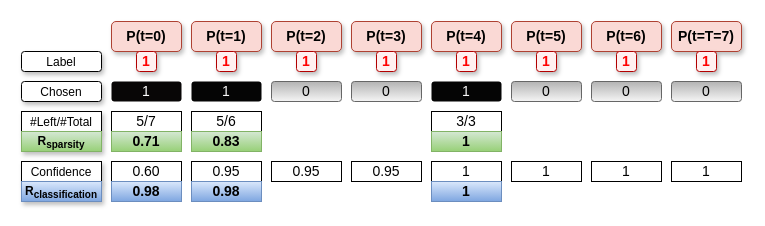
Earlier version of the draw.io diagram paper_rl/img/rewards_calc_example.drawio (binh04032003/adversarial-recurrent-ids). Source tidied: cells renumbered, new cells numbered last; positions are measured from the earlier drawing's top-left corner, leaving out a move shared by most shapes. Both pictures are drawn from the tidied source at 100%, with x=0, y=0 at pixel (21, 21).
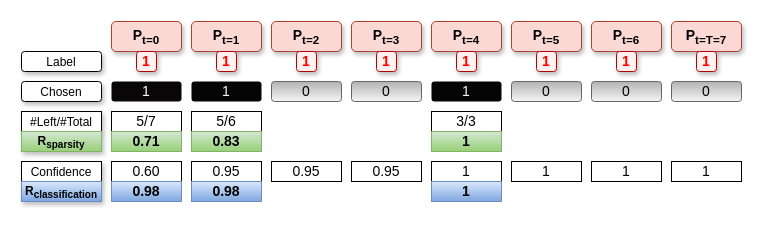
The same page after the edit.

Diff of the diagram source:
```diff
@@
-    <mxCell id="2" value="P(t=0)" style="rounded=1;whiteSpace=wrap;html=1;fillColor=#fad9d5;strokeColor=#ae4132;fontStyle=1;fontSize=14;shadow=1;" parent="1" vertex="1">
+    <mxCell id="2" value="P&lt;sub&gt;t=0&lt;/sub&gt;" style="rounded=1;whiteSpace=wrap;html=1;fillColor=#fad9d5;strokeColor=#ae4132;fontStyle=1;fontSize=14;shadow=1;" parent="1" vertex="1">
       <mxGeometry x="90" width="70" height="30" as="geometry" />
     </mxCell>
-    <mxCell id="3" value="P(t=1)" style="rounded=1;whiteSpace=wrap;html=1;fillColor=#fad9d5;strokeColor=#ae4132;fontSize=14;fontStyle=1;shadow=1;" parent="1" vertex="1">
+    <mxCell id="3" value="P&lt;sub&gt;t=1&lt;/sub&gt;" style="rounded=1;whiteSpace=wrap;html=1;fillColor=#fad9d5;strokeColor=#ae4132;fontSize=14;fontStyle=1;shadow=1;" parent="1" vertex="1">
       <mxGeometry x="170" width="70" height="30" as="geometry" />
     </mxCell>
-    <mxCell id="4" value="P(t=2)" style="rounded=1;whiteSpace=wrap;html=1;fillColor=#fad9d5;strokeColor=#ae4132;fontSize=14;fontStyle=1;shadow=1;" parent="1" vertex="1">
+    <mxCell id="4" value="P&lt;sub&gt;t=2&lt;/sub&gt;" style="rounded=1;whiteSpace=wrap;html=1;fillColor=#fad9d5;strokeColor=#ae4132;fontSize=14;fontStyle=1;shadow=1;" parent="1" vertex="1">
       <mxGeometry x="250" width="70" height="30" as="geometry" />
     </mxCell>
-    <mxCell id="5" value="P(t=3)" style="rounded=1;whiteSpace=wrap;html=1;fillColor=#fad9d5;strokeColor=#ae4132;fontSize=14;fontStyle=1;shadow=1;" parent="1" vertex="1">
+    <mxCell id="5" value="P&lt;sub&gt;t=3&lt;/sub&gt;" style="rounded=1;whiteSpace=wrap;html=1;fillColor=#fad9d5;strokeColor=#ae4132;fontSize=14;fontStyle=1;shadow=1;" parent="1" vertex="1">
       <mxGeometry x="330" width="70" height="30" as="geometry" />
     </mxCell>
-    <mxCell id="6" value="P(t=4)" style="rounded=1;whiteSpace=wrap;html=1;fillColor=#fad9d5;strokeColor=#ae4132;fontSize=14;fontStyle=1;shadow=1;" parent="1" vertex="1">
+    <mxCell id="6" value="P&lt;sub&gt;t=4&lt;/sub&gt;" style="rounded=1;whiteSpace=wrap;html=1;fillColor=#fad9d5;strokeColor=#ae4132;fontSize=14;fontStyle=1;shadow=1;" parent="1" vertex="1">
       <mxGeometry x="410" width="70" height="30" as="geometry" />
     </mxCell>
-    <mxCell id="7" value="P(t=5)" style="rounded=1;whiteSpace=wrap;html=1;fillColor=#fad9d5;strokeColor=#ae4132;fontSize=14;fontStyle=1;shadow=1;" parent="1" vertex="1">
+    <mxCell id="7" value="P&lt;sub&gt;t=5&lt;/sub&gt;" style="rounded=1;whiteSpace=wrap;html=1;fillColor=#fad9d5;strokeColor=#ae4132;fontSize=14;fontStyle=1;shadow=1;" parent="1" vertex="1">
       <mxGeometry x="490" width="70" height="30" as="geometry" />
     </mxCell>
-    <mxCell id="8" value="P(t=6)" style="rounded=1;whiteSpace=wrap;html=1;fillColor=#fad9d5;strokeColor=#ae4132;fontSize=14;fontStyle=1;shadow=1;" parent="1" vertex="1">
+    <mxCell id="8" value="P&lt;sub&gt;t=6&lt;/sub&gt;" style="rounded=1;whiteSpace=wrap;html=1;fillColor=#fad9d5;strokeColor=#ae4132;fontSize=14;fontStyle=1;shadow=1;" parent="1" vertex="1">
       <mxGeometry x="570" width="70" height="30" as="geometry" />
     </mxCell>
-    <mxCell id="9" value="P(t=T=7)" style="rounded=1;whiteSpace=wrap;html=1;fillColor=#fad9d5;strokeColor=#ae4132;fontSize=14;fontStyle=1;shadow=1;" parent="1" vertex="1">
+    <mxCell id="9" value="P&lt;sub&gt;t=T=7&lt;/sub&gt;" style="rounded=1;whiteSpace=wrap;html=1;fillColor=#fad9d5;strokeColor=#ae4132;fontSize=14;fontStyle=1;shadow=1;" parent="1" vertex="1">
       <mxGeometry x="650" width="70" height="30" as="geometry" />
     </mxCell>
```
